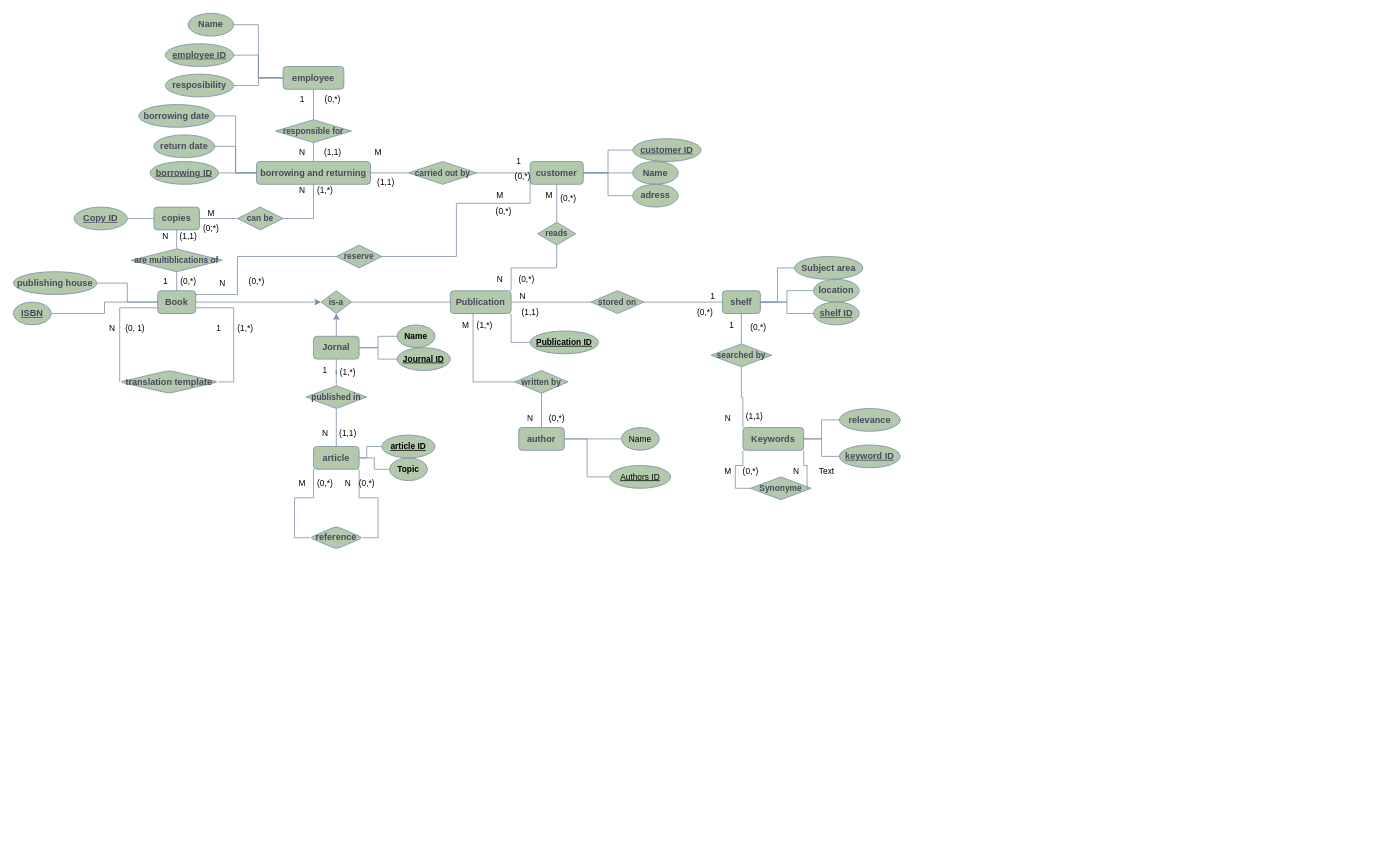
IP2312/Database keeps this draw.io diagram as Library.drawio. Above is the earlier version. Source tidied: cells renumbered, new cells numbered last; positions are measured from the earlier drawing's top-left corner, leaving out a move shared by most shapes. Both pictures are drawn from the tidied source at 76%, with x=0, y=0 at pixel (13, 13).
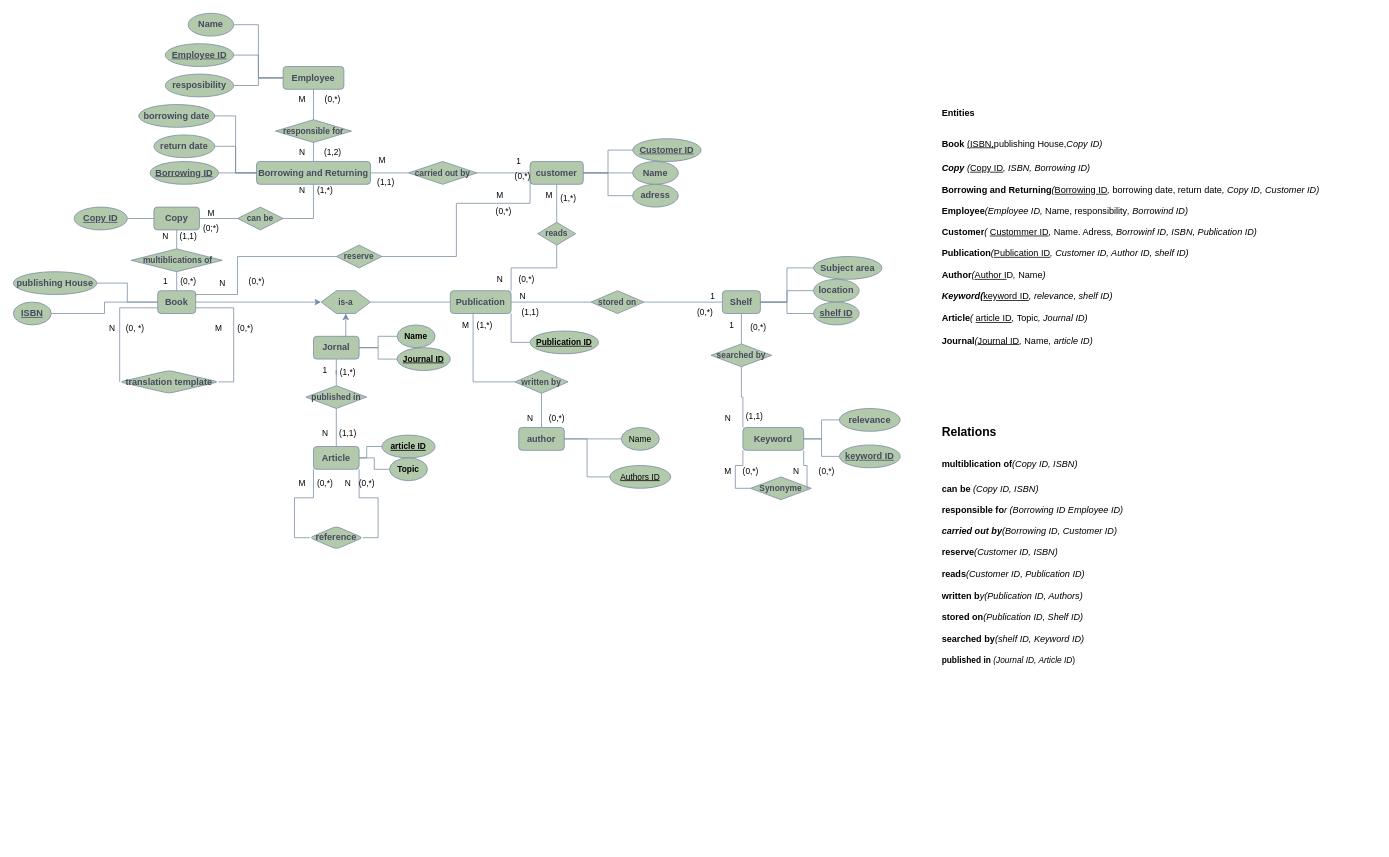
Above is the later version.

What changed in the source:
```diff
@@
-    <mxCell id="10" value="publishing house" style="rounded=1;whiteSpace=wrap;html=1;labelBackgroundColor=none;fillColor=#B2C9AB;strokeColor=#788AA3;fontColor=#46495D;shape=ellipse;perimeter=ellipsePerimeter;fontStyle=1;" parent="1" vertex="1">
+    <mxCell id="10" value="publishing House" style="rounded=1;whiteSpace=wrap;html=1;labelBackgroundColor=none;fillColor=#B2C9AB;strokeColor=#788AA3;fontColor=#46495D;shape=ellipse;perimeter=ellipsePerimeter;fontStyle=1;" parent="1" vertex="1">
       <mxGeometry y="340" width="110" height="30" as="geometry" />
     </mxCell>
@@
-    <mxCell id="15" value="article" style="rounded=1;whiteSpace=wrap;html=1;labelBackgroundColor=none;fillColor=#B2C9AB;strokeColor=#788AA3;fontColor=#46495D;fontStyle=1;" parent="1" vertex="1">
+    <mxCell id="15" value="Article" style="rounded=1;whiteSpace=wrap;html=1;labelBackgroundColor=none;fillColor=#B2C9AB;strokeColor=#788AA3;fontColor=#46495D;fontStyle=1;" parent="1" vertex="1">
       <mxGeometry x="395" y="570" width="60" height="30" as="geometry" />
     </mxCell>
@@
-    <mxCell id="20" value="copies" style="rounded=1;whiteSpace=wrap;html=1;labelBackgroundColor=none;fillColor=#B2C9AB;strokeColor=#788AA3;fontColor=#46495D;fontStyle=1;" parent="1" vertex="1">
+    <mxCell id="20" value="Copy" style="rounded=1;whiteSpace=wrap;html=1;labelBackgroundColor=none;fillColor=#B2C9AB;strokeColor=#788AA3;fontColor=#46495D;fontStyle=1;" parent="1" vertex="1">
       <mxGeometry x="185" y="255" width="60" height="30" as="geometry" />
     </mxCell>
@@
     <mxCell id="25" value="is-a" style="whiteSpace=wrap;html=1;strokeColor=#788AA3;fontFamily=Helvetica;fontSize=11;fontColor=#46495D;labelBackgroundColor=none;fillColor=#B2C9AB;shape=hexagon;perimeter=hexagonPerimeter2;fixedSize=1;fontStyle=1;" parent="1" vertex="1">
-      <mxGeometry x="405" y="365" width="40" height="30" as="geometry" />
+      <mxGeometry x="405" y="365" width="65" height="30" as="geometry" />
     </mxCell>
@@
-    <mxCell id="36" value="employee" style="rounded=1;whiteSpace=wrap;html=1;labelBackgroundColor=none;fillColor=#B2C9AB;strokeColor=#788AA3;fontColor=#46495D;fontStyle=1;" parent="1" vertex="1">
+    <mxCell id="36" value="Employee" style="rounded=1;whiteSpace=wrap;html=1;labelBackgroundColor=none;fillColor=#B2C9AB;strokeColor=#788AA3;fontColor=#46495D;fontStyle=1;" parent="1" vertex="1">
       <mxGeometry x="355" y="70" width="80" height="30" as="geometry" />
     </mxCell>
@@
-    <mxCell id="38" value="shelf" style="rounded=1;whiteSpace=wrap;html=1;labelBackgroundColor=none;fillColor=#B2C9AB;strokeColor=#788AA3;fontColor=#46495D;fontStyle=1;" parent="1" vertex="1">
+    <mxCell id="38" value="Shelf" style="rounded=1;whiteSpace=wrap;html=1;labelBackgroundColor=none;fillColor=#B2C9AB;strokeColor=#788AA3;fontColor=#46495D;fontStyle=1;" parent="1" vertex="1">
       <mxGeometry x="933" y="365" width="50" height="30" as="geometry" />
     </mxCell>
@@
-    <mxCell id="44" value="are multiblications of" style="rhombus;whiteSpace=wrap;html=1;strokeColor=#788AA3;fontFamily=Helvetica;fontSize=11;fontColor=#46495D;labelBackgroundColor=none;fillColor=#B2C9AB;fontStyle=1;" parent="1" vertex="1">
+    <mxCell id="44" value="&amp;nbsp;multiblications of" style="rhombus;whiteSpace=wrap;html=1;strokeColor=#788AA3;fontFamily=Helvetica;fontSize=11;fontColor=#46495D;labelBackgroundColor=none;fillColor=#B2C9AB;fontStyle=1;" parent="1" vertex="1">
       <mxGeometry x="155" y="310" width="120" height="30" as="geometry" />
     </mxCell>
@@
-    <mxCell id="46" value="Keywords" style="rounded=1;whiteSpace=wrap;html=1;labelBackgroundColor=none;fillColor=#B2C9AB;strokeColor=#788AA3;fontColor=#46495D;fontStyle=1;" parent="1" vertex="1">
+    <mxCell id="46" value="Keyword" style="rounded=1;whiteSpace=wrap;html=1;labelBackgroundColor=none;fillColor=#B2C9AB;strokeColor=#788AA3;fontColor=#46495D;fontStyle=1;" parent="1" vertex="1">
       <mxGeometry x="960" y="545" width="80" height="30" as="geometry" />
     </mxCell>
@@
-    <mxCell id="52" value="borrowing and returning" style="rounded=1;whiteSpace=wrap;html=1;labelBackgroundColor=none;fillColor=#B2C9AB;strokeColor=#788AA3;fontColor=#46495D;fontStyle=1;" parent="1" vertex="1">
+    <mxCell id="52" value="Borrowing and Returning" style="rounded=1;whiteSpace=wrap;html=1;labelBackgroundColor=none;fillColor=#B2C9AB;strokeColor=#788AA3;fontColor=#46495D;fontStyle=1;" parent="1" vertex="1">
       <mxGeometry x="320" y="195" width="150" height="30" as="geometry" />
     </mxCell>
@@
-    <mxCell id="64" value="&lt;u&gt;borrowing ID&lt;/u&gt;" style="rounded=1;whiteSpace=wrap;html=1;labelBackgroundColor=none;fillColor=#B2C9AB;strokeColor=#788AA3;fontColor=#46495D;shape=ellipse;perimeter=ellipsePerimeter;fontStyle=1;" parent="1" vertex="1">
+    <mxCell id="64" value="&lt;u&gt;Borrowing ID&lt;/u&gt;" style="rounded=1;whiteSpace=wrap;html=1;labelBackgroundColor=none;fillColor=#B2C9AB;strokeColor=#788AA3;fontColor=#46495D;shape=ellipse;perimeter=ellipsePerimeter;fontStyle=1;" parent="1" vertex="1">
       <mxGeometry x="180" y="195" width="90" height="30" as="geometry" />
     </mxCell>
@@
-    <mxCell id="66" value="&lt;u&gt;employee ID&lt;/u&gt;" style="rounded=1;whiteSpace=wrap;html=1;labelBackgroundColor=none;fillColor=#B2C9AB;strokeColor=#788AA3;fontColor=#46495D;shape=ellipse;perimeter=ellipsePerimeter;fontStyle=1;" parent="1" vertex="1">
+    <mxCell id="66" value="&lt;u&gt;Employee ID&lt;/u&gt;" style="rounded=1;whiteSpace=wrap;html=1;labelBackgroundColor=none;fillColor=#B2C9AB;strokeColor=#788AA3;fontColor=#46495D;shape=ellipse;perimeter=ellipsePerimeter;fontStyle=1;" parent="1" vertex="1">
       <mxGeometry x="200" y="40" width="90" height="30" as="geometry" />
     </mxCell>
@@
-    <mxCell id="70" value="&lt;u&gt;customer ID&lt;/u&gt;" style="rounded=1;whiteSpace=wrap;html=1;labelBackgroundColor=none;fillColor=#B2C9AB;strokeColor=#788AA3;fontColor=#46495D;shape=ellipse;perimeter=ellipsePerimeter;fontStyle=1;" parent="1" vertex="1">
+    <mxCell id="70" value="&lt;u&gt;Customer ID&lt;/u&gt;" style="rounded=1;whiteSpace=wrap;html=1;labelBackgroundColor=none;fillColor=#B2C9AB;strokeColor=#788AA3;fontColor=#46495D;shape=ellipse;perimeter=ellipsePerimeter;fontStyle=1;" parent="1" vertex="1">
       <mxGeometry x="815" y="165" width="90" height="30" as="geometry" />
     </mxCell>
@@
     <mxCell id="76" value="Subject area" style="rounded=1;whiteSpace=wrap;html=1;labelBackgroundColor=none;fillColor=#B2C9AB;strokeColor=#788AA3;fontColor=#46495D;shape=ellipse;perimeter=ellipsePerimeter;fontStyle=1;" parent="1" vertex="1">
-      <mxGeometry x="1028" y="320" width="90" height="30" as="geometry" />
+      <mxGeometry x="1053" y="320" width="90" height="30" as="geometry" />
     </mxCell>
@@
-    <mxCell id="102" value="1" style="text;html=1;align=center;verticalAlign=middle;strokeColor=none;fillColor=none;fontFamily=Helvetica;fontSize=11;fontColor=default;labelBackgroundColor=none;" parent="1" vertex="1">
+    <mxCell id="102" value="M" style="text;html=1;align=center;verticalAlign=middle;strokeColor=none;fillColor=none;fontFamily=Helvetica;fontSize=11;fontColor=default;labelBackgroundColor=none;" parent="1" vertex="1">
       <mxGeometry x="255" y="400" width="30" height="30" as="geometry" />
     </mxCell>
@@
-    <mxCell id="109" value="1" style="text;html=1;align=center;verticalAlign=middle;strokeColor=none;fillColor=none;fontFamily=Helvetica;fontSize=11;fontColor=default;labelBackgroundColor=none;" parent="1" vertex="1">
+    <mxCell id="109" value="M" style="text;html=1;align=center;verticalAlign=middle;strokeColor=none;fillColor=none;fontFamily=Helvetica;fontSize=11;fontColor=default;labelBackgroundColor=none;" parent="1" vertex="1">
       <mxGeometry x="365" y="98" width="30" height="30" as="geometry" />
     </mxCell>
@@
     <mxCell id="112" value="M" style="text;html=1;align=center;verticalAlign=middle;strokeColor=none;fillColor=none;fontFamily=Helvetica;fontSize=11;fontColor=default;labelBackgroundColor=none;" parent="1" vertex="1">
-      <mxGeometry x="465" y="168" width="30" height="30" as="geometry" />
+      <mxGeometry x="470" y="178" width="30" height="30" as="geometry" />
     </mxCell>
@@
-    <mxCell id="126" value="(0, 1)" style="text;html=1;align=center;verticalAlign=middle;strokeColor=none;fillColor=none;fontFamily=Helvetica;fontSize=11;fontColor=default;labelBackgroundColor=none;" parent="1" vertex="1">
+    <mxCell id="126" value="(0, *)" style="text;html=1;align=center;verticalAlign=middle;strokeColor=none;fillColor=none;fontFamily=Helvetica;fontSize=11;fontColor=default;labelBackgroundColor=none;" parent="1" vertex="1">
       <mxGeometry x="135" y="400" width="50" height="30" as="geometry" />
     </mxCell>
-    <mxCell id="127" value="(1,*)" style="text;html=1;align=center;verticalAlign=middle;strokeColor=none;fillColor=none;fontFamily=Helvetica;fontSize=11;fontColor=default;labelBackgroundColor=none;" parent="1" vertex="1">
+    <mxCell id="127" value="(0,*)" style="text;html=1;align=center;verticalAlign=middle;strokeColor=none;fillColor=none;fontFamily=Helvetica;fontSize=11;fontColor=default;labelBackgroundColor=none;" parent="1" vertex="1">
       <mxGeometry x="285" y="400" width="40" height="30" as="geometry" />
     </mxCell>
@@
-    <mxCell id="132" value="(1,1)" style="text;html=1;align=center;verticalAlign=middle;strokeColor=none;fillColor=none;fontFamily=Helvetica;fontSize=11;fontColor=default;labelBackgroundColor=none;" parent="1" vertex="1">
+    <mxCell id="132" value="(1,2)" style="text;html=1;align=center;verticalAlign=middle;strokeColor=none;fillColor=none;fontFamily=Helvetica;fontSize=11;fontColor=default;labelBackgroundColor=none;" parent="1" vertex="1">
       <mxGeometry x="395" y="168" width="50" height="30" as="geometry" />
     </mxCell>
@@
-    <mxCell id="140" value="(0,*)" style="text;html=1;align=center;verticalAlign=middle;strokeColor=none;fillColor=none;fontFamily=Helvetica;fontSize=11;fontColor=default;labelBackgroundColor=none;" parent="1" vertex="1">
+    <mxCell id="140" value="(1,*)" style="text;html=1;align=center;verticalAlign=middle;strokeColor=none;fillColor=none;fontFamily=Helvetica;fontSize=11;fontColor=default;labelBackgroundColor=none;" parent="1" vertex="1">
       <mxGeometry x="710" y="228" width="40" height="30" as="geometry" />
     </mxCell>
@@
-    <mxCell id="155" value="Text" style="text;html=1;align=center;verticalAlign=middle;strokeColor=none;fillColor=none;fontFamily=Helvetica;fontSize=11;fontColor=default;labelBackgroundColor=none;" parent="1" vertex="1">
+    <mxCell id="155" value="(0,*)" style="text;html=1;align=center;verticalAlign=middle;strokeColor=none;fillColor=none;fontFamily=Helvetica;fontSize=11;fontColor=default;labelBackgroundColor=none;" parent="1" vertex="1">
       <mxGeometry x="1050" y="588" width="40" height="30" as="geometry" />
     </mxCell>
+    <mxCell id="156" value="&lt;h1 style=&quot;margin-top: 0px;&quot;&gt;&lt;br&gt;&lt;/h1&gt;" style="text;html=1;whiteSpace=wrap;overflow=hidden;rounded=0;fontFamily=Helvetica;fontSize=11;fontColor=default;labelBackgroundColor=none;" parent="1" vertex="1">
+      <mxGeometry x="200" y="780" width="630" height="310" as="geometry" />
+    </mxCell>
+    <mxCell id="157" value="&lt;h1 style=&quot;margin-top: 0px;&quot;&gt;&lt;span style=&quot;background-color: transparent; color: light-dark(rgb(0, 0, 0), rgb(255, 255, 255)); font-size: 12px;&quot;&gt;Entities&lt;/span&gt;&lt;/h1&gt;&lt;h1 style=&quot;margin-top: 0px;&quot;&gt;&lt;span style=&quot;background-color: transparent; color: light-dark(rgb(0, 0, 0), rgb(255, 255, 255)); font-size: 12px;&quot;&gt;Book &lt;/span&gt;&lt;u style=&quot;background-color: transparent; color: light-dark(rgb(0, 0, 0), rgb(255, 255, 255)); font-size: 12px; font-weight: 400;&quot;&gt;(ISBN,&lt;/u&gt;&lt;span style=&quot;background-color: transparent; color: light-dark(rgb(0, 0, 0), rgb(255, 255, 255)); font-size: 12px; font-weight: 400;&quot;&gt;publishing House,&lt;/span&gt;&lt;i style=&quot;background-color: transparent; color: light-dark(rgb(0, 0, 0), rgb(255, 255, 255)); font-size: 12px; font-weight: 400;&quot;&gt;Copy ID)&lt;/i&gt;&lt;/h1&gt;&lt;div&gt;&lt;i style=&quot;font-size: 12px; background-color: transparent; color: light-dark(rgb(0, 0, 0), rgb(255, 255, 255));&quot;&gt;&lt;b&gt;Copy&lt;/b&gt;&lt;/i&gt;&lt;span style=&quot;font-size: 12px; font-weight: 400; background-color: transparent; color: light-dark(rgb(0, 0, 0), rgb(255, 255, 255));&quot;&gt;&lt;i&gt; (&lt;/i&gt;&lt;u style=&quot;&quot;&gt;Copy ID&lt;/u&gt;&lt;i&gt;, ISBN, Borrowing ID)&lt;/i&gt;&lt;/span&gt;&lt;/div&gt;&lt;div&gt;&lt;span style=&quot;font-size: 12px; background-color: transparent; color: light-dark(rgb(0, 0, 0), rgb(255, 255, 255));&quot;&gt;&lt;i&gt;&lt;br&gt;&lt;/i&gt;&lt;/span&gt;&lt;/div&gt;&lt;div&gt;&lt;span style=&quot;font-size: 12px; background-color: transparent; color: light-dark(rgb(0, 0, 0), rgb(255, 255, 255));&quot;&gt;&lt;b&gt;Borrowing and Returning&lt;/b&gt;&lt;span style=&quot;font-weight: 400;&quot;&gt;&lt;i&gt;(&lt;/i&gt;&lt;u style=&quot;&quot;&gt;Borrowing ID&lt;/u&gt;&lt;i&gt;, &lt;/i&gt;borrowing date, return date&lt;i&gt;, Copy ID, Customer ID)&lt;/i&gt;&lt;/span&gt;&lt;/span&gt;&lt;/div&gt;&lt;div&gt;&lt;br&gt;&lt;/div&gt;&lt;div&gt;&lt;span style=&quot;font-size: 12px; background-color: transparent; color: light-dark(rgb(0, 0, 0), rgb(255, 255, 255));&quot;&gt;&lt;b style=&quot;&quot;&gt;Employee&lt;/b&gt;&lt;i&gt;(&lt;/i&gt;&lt;i style=&quot;&quot;&gt;Employee ID&lt;/i&gt;&lt;i&gt;, &lt;/i&gt;Name, responsibility&lt;i&gt;, Borrowind ID)&lt;/i&gt;&lt;/span&gt;&lt;/div&gt;&lt;div&gt;&lt;br&gt;&lt;/div&gt;&lt;div&gt;&lt;span style=&quot;font-size: 12px; background-color: transparent; color: light-dark(rgb(0, 0, 0), rgb(255, 255, 255));&quot;&gt;&lt;b style=&quot;&quot;&gt;Customer&lt;/b&gt;&lt;i&gt;( &lt;/i&gt;&lt;u&gt;Custommer ID&lt;/u&gt;&lt;i&gt;, &lt;/i&gt;Name. Adress&lt;i&gt;, Borrowinf ID, ISBN, Publication ID)&lt;/i&gt;&lt;/span&gt;&lt;/div&gt;&lt;div&gt;&lt;br&gt;&lt;/div&gt;&lt;div&gt;&lt;span style=&quot;font-size: 12px; background-color: transparent; color: light-dark(rgb(0, 0, 0), rgb(255, 255, 255));&quot;&gt;&lt;b style=&quot;&quot;&gt;Publication&lt;/b&gt;&lt;i&gt;(&lt;/i&gt;&lt;u style=&quot;&quot;&gt;Publication ID&lt;/u&gt;&lt;i&gt;, Customer ID, Author ID, shelf ID)&lt;/i&gt;&lt;/span&gt;&lt;/div&gt;&lt;div&gt;&lt;span style=&quot;font-size: 12px; background-color: transparent; color: light-dark(rgb(0, 0, 0), rgb(255, 255, 255));&quot;&gt;&lt;i&gt;&lt;br&gt;&lt;/i&gt;&lt;/span&gt;&lt;/div&gt;&lt;div&gt;&lt;span style=&quot;font-size: 12px; background-color: transparent; color: light-dark(rgb(0, 0, 0), rgb(255, 255, 255));&quot;&gt;&lt;b style=&quot;&quot;&gt;Author&lt;/b&gt;&lt;i&gt;(&lt;/i&gt;&lt;u&gt;Author I&lt;/u&gt;D&lt;i&gt;, &lt;/i&gt;Name&lt;i&gt;)&lt;/i&gt;&lt;/span&gt;&lt;/div&gt;&lt;div&gt;&lt;span style=&quot;font-size: 12px; background-color: transparent; color: light-dark(rgb(0, 0, 0), rgb(255, 255, 255));&quot;&gt;&lt;i&gt;&lt;br&gt;&lt;/i&gt;&lt;/span&gt;&lt;/div&gt;&lt;div&gt;&lt;span style=&quot;font-size: 12px; background-color: transparent; color: light-dark(rgb(0, 0, 0), rgb(255, 255, 255));&quot;&gt;&lt;b style=&quot;font-style: italic;&quot;&gt;Keyword(&lt;/b&gt;&lt;u style=&quot;&quot;&gt;keyword ID&lt;/u&gt;&lt;i&gt;, relevance, shelf ID)&lt;/i&gt;&lt;/span&gt;&lt;/div&gt;&lt;div&gt;&lt;span style=&quot;font-size: 12px; background-color: transparent; color: light-dark(rgb(0, 0, 0), rgb(255, 255, 255));&quot;&gt;&lt;i&gt;&lt;br&gt;&lt;/i&gt;&lt;/span&gt;&lt;/div&gt;&lt;div&gt;&lt;span style=&quot;font-size: 12px; background-color: transparent; color: light-dark(rgb(0, 0, 0), rgb(255, 255, 255));&quot;&gt;&lt;b style=&quot;&quot;&gt;Article&lt;/b&gt;&lt;i&gt;( &lt;/i&gt;&lt;u style=&quot;&quot;&gt;article ID&lt;/u&gt;&lt;i&gt;, &lt;/i&gt;Topic&lt;i&gt;, Journal ID)&lt;/i&gt;&lt;/span&gt;&lt;/div&gt;&lt;div&gt;&lt;span style=&quot;font-size: 12px; background-color: transparent; color: light-dark(rgb(0, 0, 0), rgb(255, 255, 255));&quot;&gt;&lt;i&gt;&lt;br&gt;&lt;/i&gt;&lt;/span&gt;&lt;/div&gt;&lt;div&gt;&lt;span style=&quot;font-size: 12px; background-color: transparent; color: light-dark(rgb(0, 0, 0), rgb(255, 255, 255));&quot;&gt;&lt;b&gt;Journal&lt;/b&gt;&lt;i&gt;(&lt;/i&gt;&lt;u&gt;Journal ID&lt;/u&gt;&lt;i&gt;, &lt;/i&gt;Name&lt;i&gt;, article ID)&lt;/i&gt;&lt;/span&gt;&lt;/div&gt;" style="text;html=1;whiteSpace=wrap;overflow=hidden;rounded=0;fontFamily=Helvetica;fontSize=11;fontColor=default;labelBackgroundColor=none;" parent="1" vertex="1">
+      <mxGeometry x="1220" y="108" width="572.5" height="382" as="geometry" />
+    </mxCell>
+    <mxCell id="158" value="&lt;h1 style=&quot;margin-top: 0px;&quot;&gt;&lt;span style=&quot;background-color: transparent; color: light-dark(rgb(0, 0, 0), rgb(255, 255, 255)); font-weight: normal;&quot;&gt;&lt;b style=&quot;&quot;&gt;&lt;font style=&quot;font-size: 16px;&quot;&gt;Relations&lt;/font&gt;&lt;/b&gt;&lt;/span&gt;&lt;/h1&gt;&lt;h1 style=&quot;margin-top: 0px;&quot;&gt;&lt;span style=&quot;background-color: transparent; color: light-dark(rgb(0, 0, 0), rgb(255, 255, 255)); font-weight: normal; font-size: 12px;&quot;&gt;&lt;b&gt;multiblication of&lt;/b&gt;&lt;/span&gt;&lt;i style=&quot;background-color: transparent; color: light-dark(rgb(0, 0, 0), rgb(255, 255, 255)); font-weight: 400; font-size: 12px;&quot;&gt;(Copy ID, ISBN)&lt;/i&gt;&lt;/h1&gt;&lt;div&gt;&lt;span style=&quot;font-size: 12px; background-color: transparent; color: light-dark(rgb(0, 0, 0), rgb(255, 255, 255));&quot;&gt;&lt;b style=&quot;&quot;&gt;can be&lt;/b&gt;&lt;i&gt; (Copy ID, ISBN)&lt;/i&gt;&lt;/span&gt;&lt;/div&gt;&lt;div&gt;&lt;br&gt;&lt;/div&gt;&lt;div&gt;&lt;span style=&quot;font-size: 12px; background-color: transparent; color: light-dark(rgb(0, 0, 0), rgb(255, 255, 255));&quot;&gt;&lt;b style=&quot;&quot;&gt;responsible fo&lt;/b&gt;&lt;i&gt;r (Borrowing ID Employee ID)&lt;/i&gt;&lt;/span&gt;&lt;/div&gt;&lt;div&gt;&lt;br&gt;&lt;/div&gt;&lt;div&gt;&lt;span style=&quot;font-size: 12px; background-color: transparent; color: light-dark(rgb(0, 0, 0), rgb(255, 255, 255));&quot;&gt;&lt;i&gt;&lt;b&gt;carried out by&lt;/b&gt;(Borrowing ID, Customer ID)&lt;/i&gt;&lt;/span&gt;&lt;/div&gt;&lt;div&gt;&lt;br&gt;&lt;/div&gt;&lt;div&gt;&lt;span style=&quot;font-size: 12px; background-color: transparent; color: light-dark(rgb(0, 0, 0), rgb(255, 255, 255));&quot;&gt;&lt;b style=&quot;&quot;&gt;reserve&lt;/b&gt;&lt;i&gt;(Customer ID, ISBN)&lt;/i&gt;&lt;/span&gt;&lt;/div&gt;&lt;div&gt;&lt;span style=&quot;font-size: 12px; background-color: transparent; color: light-dark(rgb(0, 0, 0), rgb(255, 255, 255));&quot;&gt;&lt;i&gt;&lt;br&gt;&lt;/i&gt;&lt;/span&gt;&lt;/div&gt;&lt;div&gt;&lt;span style=&quot;font-size: 12px; background-color: transparent; color: light-dark(rgb(0, 0, 0), rgb(255, 255, 255));&quot;&gt;&lt;b style=&quot;&quot;&gt;reads&lt;/b&gt;&lt;i&gt;(Customer ID, Publication ID)&lt;/i&gt;&lt;/span&gt;&lt;/div&gt;&lt;div&gt;&lt;span style=&quot;font-size: 12px; background-color: transparent; color: light-dark(rgb(0, 0, 0), rgb(255, 255, 255));&quot;&gt;&lt;i&gt;&lt;br&gt;&lt;/i&gt;&lt;/span&gt;&lt;/div&gt;&lt;div&gt;&lt;span style=&quot;font-size: 12px; background-color: transparent; color: light-dark(rgb(0, 0, 0), rgb(255, 255, 255));&quot;&gt;&lt;b&gt;written b&lt;/b&gt;&lt;i&gt;y(Publication ID, Authors)&lt;/i&gt;&lt;/span&gt;&lt;/div&gt;&lt;div&gt;&lt;span style=&quot;font-size: 12px; background-color: transparent; color: light-dark(rgb(0, 0, 0), rgb(255, 255, 255));&quot;&gt;&lt;i&gt;&lt;br&gt;&lt;/i&gt;&lt;/span&gt;&lt;/div&gt;&lt;div&gt;&lt;span style=&quot;font-size: 12px; background-color: transparent; color: light-dark(rgb(0, 0, 0), rgb(255, 255, 255));&quot;&gt;&lt;b style=&quot;&quot;&gt;stored on&lt;/b&gt;&lt;i&gt;(Publication ID, Shelf ID)&lt;/i&gt;&lt;/span&gt;&lt;/div&gt;&lt;div&gt;&lt;span style=&quot;font-size: 12px; background-color: transparent; color: light-dark(rgb(0, 0, 0), rgb(255, 255, 255));&quot;&gt;&lt;i&gt;&lt;br&gt;&lt;/i&gt;&lt;/span&gt;&lt;/div&gt;&lt;div&gt;&lt;span style=&quot;font-size: 12px; background-color: transparent; color: light-dark(rgb(0, 0, 0), rgb(255, 255, 255));&quot;&gt;&lt;b style=&quot;&quot;&gt;searched by&lt;/b&gt;&lt;i&gt;(shelf ID, Keyword ID)&lt;/i&gt;&lt;/span&gt;&lt;/div&gt;&lt;div&gt;&lt;span style=&quot;font-size: 12px; background-color: transparent; color: light-dark(rgb(0, 0, 0), rgb(255, 255, 255));&quot;&gt;&lt;i&gt;&lt;br&gt;&lt;/i&gt;&lt;/span&gt;&lt;/div&gt;&lt;div&gt;&lt;b&gt;published in&lt;/b&gt; &lt;i&gt;(Journal ID, Article ID&lt;/i&gt;)&lt;/div&gt;" style="text;html=1;whiteSpace=wrap;overflow=hidden;rounded=0;fontFamily=Helvetica;fontSize=11;fontColor=default;labelBackgroundColor=none;" parent="1" vertex="1">
+      <mxGeometry x="1220" y="530" width="572.5" height="382" as="geometry" />
+    </mxCell>
```
